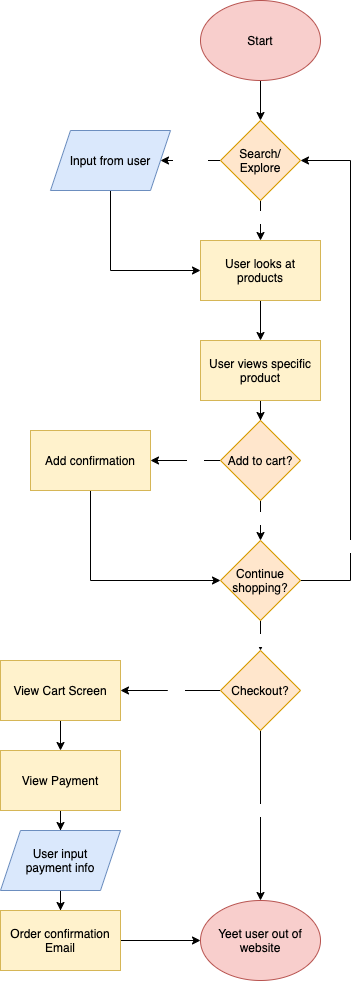
Before: part2/part2.drawio.png, a diagram exported from draw.io (ThanhHuyLe101/sp21-cse110-lab4). Source tidied: cells renumbered, new cells last; positions are measured from the earlier drawing's top-left corner, leaving out a move shared by most shapes. Its diagram source:
```xml
<mxGraphModel>
  <root>
    <mxCell id="0" />
    <mxCell id="1" parent="0" />
    <mxCell id="2" style="edgeStyle=orthogonalEdgeStyle;rounded=0;jettySize=auto;html=1;fontColor=#000000;" parent="1" edge="1" source="3" target="7">
      <mxGeometry relative="1" as="geometry" />
    </mxCell>
    <mxCell id="3" value="Start" style="ellipse;whiteSpace=wrap;html=1;fillColor=#f8cecc;strokeColor=#b85450;fontColor=#000000;" parent="1" vertex="1">
      <mxGeometry x="200" width="120" height="80" as="geometry" />
    </mxCell>
    <mxCell id="4" value="Search" style="edgeStyle=orthogonalEdgeStyle;rounded=0;jettySize=auto;html=1;fontColor=#FFFFFF;" parent="1" edge="1" source="7" target="9">
      <mxGeometry relative="1" as="geometry" />
    </mxCell>
    <mxCell id="5" style="edgeStyle=orthogonalEdgeStyle;rounded=0;jettySize=auto;html=1;fontColor=#FFFFFF;" parent="1" edge="1" source="7" target="11">
      <mxGeometry relative="1" as="geometry" />
    </mxCell>
    <mxCell id="6" value="Explore" style="edgeLabel;html=1;align=center;verticalAlign=middle;fontColor=#FFFFFF;" parent="5" vertex="1">
      <mxGeometry x="-0.22" y="3" relative="1" as="geometry" />
    </mxCell>
    <mxCell id="7" value="Search/&lt;br&gt;Explore" style="rhombus;whiteSpace=wrap;html=1;strokeColor=#d79b00;fillColor=#ffe6cc;fontColor=#000000;" parent="1" vertex="1">
      <mxGeometry x="220" y="120" width="80" height="80" as="geometry" />
    </mxCell>
    <mxCell id="8" style="edgeStyle=orthogonalEdgeStyle;rounded=0;jettySize=auto;html=1;exitX=0.5;exitY=1;exitDx=0;exitDy=0;entryX=0;entryY=0.5;entryDx=0;entryDy=0;fontColor=#FFFFFF;" parent="1" edge="1" source="9" target="11">
      <mxGeometry relative="1" as="geometry" />
    </mxCell>
    <mxCell id="9" value="Input from user" style="shape=parallelogram;perimeter=parallelogramPerimeter;whiteSpace=wrap;html=1;fixedSize=1;strokeColor=#6c8ebf;fillColor=#dae8fc;fontColor=#000000;" parent="1" vertex="1">
      <mxGeometry x="50" y="130" width="120" height="60" as="geometry" />
    </mxCell>
    <mxCell id="10" style="edgeStyle=orthogonalEdgeStyle;rounded=0;jettySize=auto;html=1;fontColor=#FFFFFF;" parent="1" edge="1" source="11" target="13">
      <mxGeometry relative="1" as="geometry" />
    </mxCell>
    <mxCell id="11" value="User looks at products" style="whiteSpace=wrap;html=1;strokeColor=#d6b656;fillColor=#fff2cc;labelBackgroundColor=none;fontColor=#000000;" parent="1" vertex="1">
      <mxGeometry x="200" y="240" width="120" height="60" as="geometry" />
    </mxCell>
    <mxCell id="12" style="edgeStyle=orthogonalEdgeStyle;rounded=0;jettySize=auto;html=1;fontColor=#FFFFFF;" parent="1" edge="1" source="13" target="18">
      <mxGeometry relative="1" as="geometry" />
    </mxCell>
    <mxCell id="13" value="User views specific product" style="whiteSpace=wrap;html=1;strokeColor=#d6b656;fillColor=#fff2cc;fontColor=#000000;" parent="1" vertex="1">
      <mxGeometry x="200" y="340" width="120" height="60" as="geometry" />
    </mxCell>
    <mxCell id="14" style="edgeStyle=orthogonalEdgeStyle;rounded=0;jettySize=auto;html=1;fontColor=#FFFFFF;" parent="1" edge="1" source="18" target="20">
      <mxGeometry relative="1" as="geometry" />
    </mxCell>
    <mxCell id="15" value="Yes" style="edgeLabel;html=1;align=center;verticalAlign=middle;fontColor=#FFFFFF;" parent="14" vertex="1">
      <mxGeometry x="-0.27" y="1" relative="1" as="geometry" />
    </mxCell>
    <mxCell id="16" style="edgeStyle=orthogonalEdgeStyle;rounded=0;jettySize=auto;html=1;fontColor=#FFFFFF;" parent="1" edge="1" source="18" target="25">
      <mxGeometry relative="1" as="geometry" />
    </mxCell>
    <mxCell id="17" value="No" style="edgeLabel;html=1;align=center;verticalAlign=middle;fontColor=#FFFFFF;" parent="16" vertex="1">
      <mxGeometry x="-0.17" y="1" relative="1" as="geometry" />
    </mxCell>
    <mxCell id="18" value="Add to cart?" style="rhombus;whiteSpace=wrap;html=1;strokeColor=#d79b00;fillColor=#ffe6cc;fontColor=#000000;" parent="1" vertex="1">
      <mxGeometry x="220" y="420" width="80" height="80" as="geometry" />
    </mxCell>
    <mxCell id="19" style="edgeStyle=orthogonalEdgeStyle;rounded=0;jettySize=auto;html=1;exitX=0.5;exitY=1;exitDx=0;exitDy=0;entryX=0;entryY=0.5;entryDx=0;entryDy=0;fontColor=#FFFFFF;" parent="1" edge="1" source="20" target="25">
      <mxGeometry relative="1" as="geometry" />
    </mxCell>
    <mxCell id="20" value="Add confirmation" style="whiteSpace=wrap;html=1;strokeColor=#d6b656;fillColor=#fff2cc;fontColor=#000000;" parent="1" vertex="1">
      <mxGeometry x="30" y="430" width="120" height="60" as="geometry" />
    </mxCell>
    <mxCell id="21" style="edgeStyle=orthogonalEdgeStyle;rounded=0;jettySize=auto;html=1;exitX=1;exitY=0.5;exitDx=0;exitDy=0;fontColor=#FFFFFF;entryX=1;entryY=0.5;entryDx=0;entryDy=0;" parent="1" edge="1" source="25" target="7">
      <mxGeometry relative="1" as="geometry">
        <Array as="points">
          <mxPoint x="350" y="580" />
          <mxPoint x="350" y="160" />
        </Array>
      </mxGeometry>
    </mxCell>
    <mxCell id="22" value="yes" style="edgeLabel;html=1;align=center;verticalAlign=middle;fontColor=#FFFFFF;" parent="21" vertex="1">
      <mxGeometry x="-0.67" relative="1" as="geometry" />
    </mxCell>
    <mxCell id="23" style="edgeStyle=orthogonalEdgeStyle;rounded=0;jettySize=auto;html=1;fontColor=#FFFFFF;" parent="1" edge="1" source="25" target="30">
      <mxGeometry relative="1" as="geometry" />
    </mxCell>
    <mxCell id="24" value="No" style="edgeLabel;html=1;align=center;verticalAlign=middle;fontColor=#FFFFFF;" parent="23" vertex="1">
      <mxGeometry x="-0.15" y="2" relative="1" as="geometry" />
    </mxCell>
    <mxCell id="25" value="Continue shopping?" style="rhombus;whiteSpace=wrap;html=1;strokeColor=#d79b00;fillColor=#ffe6cc;fontColor=#000000;" parent="1" vertex="1">
      <mxGeometry x="220" y="540" width="80" height="80" as="geometry" />
    </mxCell>
    <mxCell id="26" style="edgeStyle=orthogonalEdgeStyle;rounded=0;jettySize=auto;html=1;fontColor=#FFFFFF;" parent="1" edge="1" source="30" target="31">
      <mxGeometry relative="1" as="geometry" />
    </mxCell>
    <mxCell id="27" value="No" style="edgeLabel;html=1;align=center;verticalAlign=middle;fontColor=#FFFFFF;" parent="26" vertex="1">
      <mxGeometry x="-0.07" relative="1" as="geometry" />
    </mxCell>
    <mxCell id="28" style="edgeStyle=orthogonalEdgeStyle;rounded=0;jettySize=auto;html=1;fontColor=#FFFFFF;" parent="1" edge="1" source="30" target="33">
      <mxGeometry relative="1" as="geometry" />
    </mxCell>
    <mxCell id="29" value="Yes" style="edgeLabel;html=1;align=center;verticalAlign=middle;fontColor=#FFFFFF;" parent="28" vertex="1">
      <mxGeometry x="-0.1" y="3" relative="1" as="geometry" />
    </mxCell>
    <mxCell id="30" value="Checkout?" style="rhombus;whiteSpace=wrap;html=1;strokeColor=#d79b00;fillColor=#ffe6cc;fontColor=#000000;" parent="1" vertex="1">
      <mxGeometry x="220" y="650" width="80" height="80" as="geometry" />
    </mxCell>
    <mxCell id="31" value="Yeet user out of website" style="ellipse;whiteSpace=wrap;html=1;fontColor=#000000;strokeColor=#b85450;fillColor=#f8cecc;" parent="1" vertex="1">
      <mxGeometry x="200" y="900" width="120" height="80" as="geometry" />
    </mxCell>
    <mxCell id="32" style="edgeStyle=orthogonalEdgeStyle;rounded=0;jettySize=auto;html=1;fontColor=#FFFFFF;" parent="1" edge="1" source="33" target="35">
      <mxGeometry relative="1" as="geometry" />
    </mxCell>
    <mxCell id="33" value="View Cart Screen" style="whiteSpace=wrap;html=1;strokeColor=#d6b656;fillColor=#fff2cc;fontColor=#000000;" parent="1" vertex="1">
      <mxGeometry y="660" width="120" height="60" as="geometry" />
    </mxCell>
    <mxCell id="34" style="edgeStyle=orthogonalEdgeStyle;rounded=0;jettySize=auto;html=1;fontColor=#FFFFFF;" parent="1" edge="1" source="35" target="37">
      <mxGeometry relative="1" as="geometry" />
    </mxCell>
    <mxCell id="35" value="View Payment" style="whiteSpace=wrap;html=1;strokeColor=#d6b656;fillColor=#fff2cc;fontColor=#000000;" parent="1" vertex="1">
      <mxGeometry y="750" width="120" height="60" as="geometry" />
    </mxCell>
    <mxCell id="36" style="edgeStyle=orthogonalEdgeStyle;rounded=0;jettySize=auto;html=1;fontColor=#FFFFFF;" parent="1" edge="1" source="37" target="39">
      <mxGeometry relative="1" as="geometry" />
    </mxCell>
    <mxCell id="37" value="User input&lt;br&gt;payment info" style="shape=parallelogram;perimeter=parallelogramPerimeter;whiteSpace=wrap;html=1;fixedSize=1;strokeColor=#6c8ebf;fillColor=#dae8fc;fontColor=#000000;" parent="1" vertex="1">
      <mxGeometry y="830" width="120" height="60" as="geometry" />
    </mxCell>
    <mxCell id="38" style="edgeStyle=orthogonalEdgeStyle;rounded=0;jettySize=auto;html=1;exitX=1;exitY=0.5;exitDx=0;exitDy=0;entryX=0;entryY=0.5;entryDx=0;entryDy=0;fontColor=#FFFFFF;" parent="1" edge="1" source="39" target="31">
      <mxGeometry relative="1" as="geometry" />
    </mxCell>
    <mxCell id="39" value="Order confirmation&lt;br&gt;Email" style="whiteSpace=wrap;html=1;strokeColor=#d6b656;fillColor=#fff2cc;fontColor=#000000;" parent="1" vertex="1">
      <mxGeometry y="910" width="120" height="60" as="geometry" />
    </mxCell>
  </root>
</mxGraphModel>
```
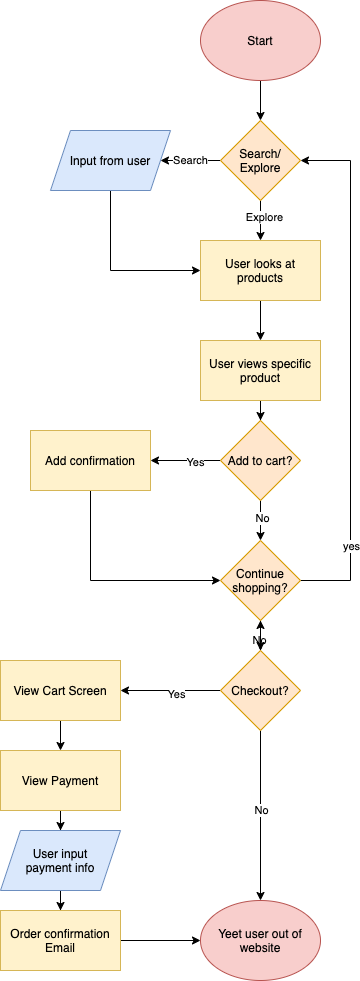
The same diagram one commit later.

The edit, as a diff of the source:
```diff
@@ -8,13 +8,13 @@
     <mxCell id="3" value="Start" style="ellipse;whiteSpace=wrap;html=1;fillColor=#f8cecc;strokeColor=#b85450;fontColor=#000000;" parent="1" vertex="1">
       <mxGeometry x="200" width="120" height="80" as="geometry" />
     </mxCell>
-    <mxCell id="4" value="Search" style="edgeStyle=orthogonalEdgeStyle;rounded=0;jettySize=auto;html=1;fontColor=#FFFFFF;" parent="1" edge="1" source="7" target="9">
+    <mxCell id="4" value="Search" style="edgeStyle=orthogonalEdgeStyle;rounded=0;jettySize=auto;html=1;fontColor=#000000;" parent="1" edge="1" source="7" target="9">
       <mxGeometry relative="1" as="geometry" />
     </mxCell>
     <mxCell id="5" style="edgeStyle=orthogonalEdgeStyle;rounded=0;jettySize=auto;html=1;fontColor=#FFFFFF;" parent="1" edge="1" source="7" target="11">
       <mxGeometry relative="1" as="geometry" />
     </mxCell>
-    <mxCell id="6" value="Explore" style="edgeLabel;html=1;align=center;verticalAlign=middle;fontColor=#FFFFFF;" parent="5" vertex="1">
+    <mxCell id="6" value="Explore" style="edgeLabel;html=1;align=center;verticalAlign=middle;fontColor=#000000;" parent="5" vertex="1">
       <mxGeometry x="-0.22" y="3" relative="1" as="geometry" />
     </mxCell>
     <mxCell id="7" value="Search/&lt;br&gt;Explore" style="rhombus;whiteSpace=wrap;html=1;strokeColor=#d79b00;fillColor=#ffe6cc;fontColor=#000000;" parent="1" vertex="1">
@@ -41,13 +41,13 @@
     <mxCell id="14" style="edgeStyle=orthogonalEdgeStyle;rounded=0;jettySize=auto;html=1;fontColor=#FFFFFF;" parent="1" edge="1" source="18" target="20">
       <mxGeometry relative="1" as="geometry" />
     </mxCell>
-    <mxCell id="15" value="Yes" style="edgeLabel;html=1;align=center;verticalAlign=middle;fontColor=#FFFFFF;" parent="14" vertex="1">
+    <mxCell id="15" value="Yes" style="edgeLabel;html=1;align=center;verticalAlign=middle;fontColor=#000000;" parent="14" vertex="1">
       <mxGeometry x="-0.27" y="1" relative="1" as="geometry" />
     </mxCell>
     <mxCell id="16" style="edgeStyle=orthogonalEdgeStyle;rounded=0;jettySize=auto;html=1;fontColor=#FFFFFF;" parent="1" edge="1" source="18" target="25">
       <mxGeometry relative="1" as="geometry" />
     </mxCell>
-    <mxCell id="17" value="No" style="edgeLabel;html=1;align=center;verticalAlign=middle;fontColor=#FFFFFF;" parent="16" vertex="1">
+    <mxCell id="17" value="No" style="edgeLabel;html=1;align=center;verticalAlign=middle;fontColor=#000000;" parent="16" vertex="1">
       <mxGeometry x="-0.17" y="1" relative="1" as="geometry" />
     </mxCell>
     <mxCell id="18" value="Add to cart?" style="rhombus;whiteSpace=wrap;html=1;strokeColor=#d79b00;fillColor=#ffe6cc;fontColor=#000000;" parent="1" vertex="1">
@@ -67,30 +67,36 @@
         </Array>
       </mxGeometry>
     </mxCell>
-    <mxCell id="22" value="yes" style="edgeLabel;html=1;align=center;verticalAlign=middle;fontColor=#FFFFFF;" parent="21" vertex="1">
+    <mxCell id="22" value="yes" style="edgeLabel;html=1;align=center;verticalAlign=middle;fontColor=#000000;" parent="21" vertex="1">
       <mxGeometry x="-0.67" relative="1" as="geometry" />
     </mxCell>
     <mxCell id="23" style="edgeStyle=orthogonalEdgeStyle;rounded=0;jettySize=auto;html=1;fontColor=#FFFFFF;" parent="1" edge="1" source="25" target="30">
       <mxGeometry relative="1" as="geometry" />
     </mxCell>
-    <mxCell id="24" value="No" style="edgeLabel;html=1;align=center;verticalAlign=middle;fontColor=#FFFFFF;" parent="23" vertex="1">
+    <mxCell id="24" value="No" style="edgeLabel;html=1;align=center;verticalAlign=middle;fontColor=#000000;" parent="23" vertex="1">
       <mxGeometry x="-0.15" y="2" relative="1" as="geometry" />
     </mxCell>
+    <mxCell id="40" style="edgeStyle=orthogonalEdgeStyle;rounded=0;jettySize=auto;html=1;fontColor=#000000;" parent="1" edge="1" source="25" target="30">
+      <mxGeometry relative="1" as="geometry" />
+    </mxCell>
     <mxCell id="25" value="Continue shopping?" style="rhombus;whiteSpace=wrap;html=1;strokeColor=#d79b00;fillColor=#ffe6cc;fontColor=#000000;" parent="1" vertex="1">
       <mxGeometry x="220" y="540" width="80" height="80" as="geometry" />
     </mxCell>
     <mxCell id="26" style="edgeStyle=orthogonalEdgeStyle;rounded=0;jettySize=auto;html=1;fontColor=#FFFFFF;" parent="1" edge="1" source="30" target="31">
       <mxGeometry relative="1" as="geometry" />
     </mxCell>
-    <mxCell id="27" value="No" style="edgeLabel;html=1;align=center;verticalAlign=middle;fontColor=#FFFFFF;" parent="26" vertex="1">
+    <mxCell id="27" value="No" style="edgeLabel;html=1;align=center;verticalAlign=middle;fontColor=#000000;" parent="26" vertex="1">
       <mxGeometry x="-0.07" relative="1" as="geometry" />
     </mxCell>
     <mxCell id="28" style="edgeStyle=orthogonalEdgeStyle;rounded=0;jettySize=auto;html=1;fontColor=#FFFFFF;" parent="1" edge="1" source="30" target="33">
       <mxGeometry relative="1" as="geometry" />
     </mxCell>
-    <mxCell id="29" value="Yes" style="edgeLabel;html=1;align=center;verticalAlign=middle;fontColor=#FFFFFF;" parent="28" vertex="1">
+    <mxCell id="29" value="Yes" style="edgeLabel;html=1;align=center;verticalAlign=middle;fontColor=#000000;" parent="28" vertex="1">
       <mxGeometry x="-0.1" y="3" relative="1" as="geometry" />
     </mxCell>
+    <mxCell id="41" style="edgeStyle=orthogonalEdgeStyle;rounded=0;jettySize=auto;html=1;fontColor=#000000;" parent="1" edge="1" source="30" target="25">
+      <mxGeometry relative="1" as="geometry" />
+    </mxCell>
     <mxCell id="30" value="Checkout?" style="rhombus;whiteSpace=wrap;html=1;strokeColor=#d79b00;fillColor=#ffe6cc;fontColor=#000000;" parent="1" vertex="1">
       <mxGeometry x="220" y="650" width="80" height="80" as="geometry" />
     </mxCell>
```
